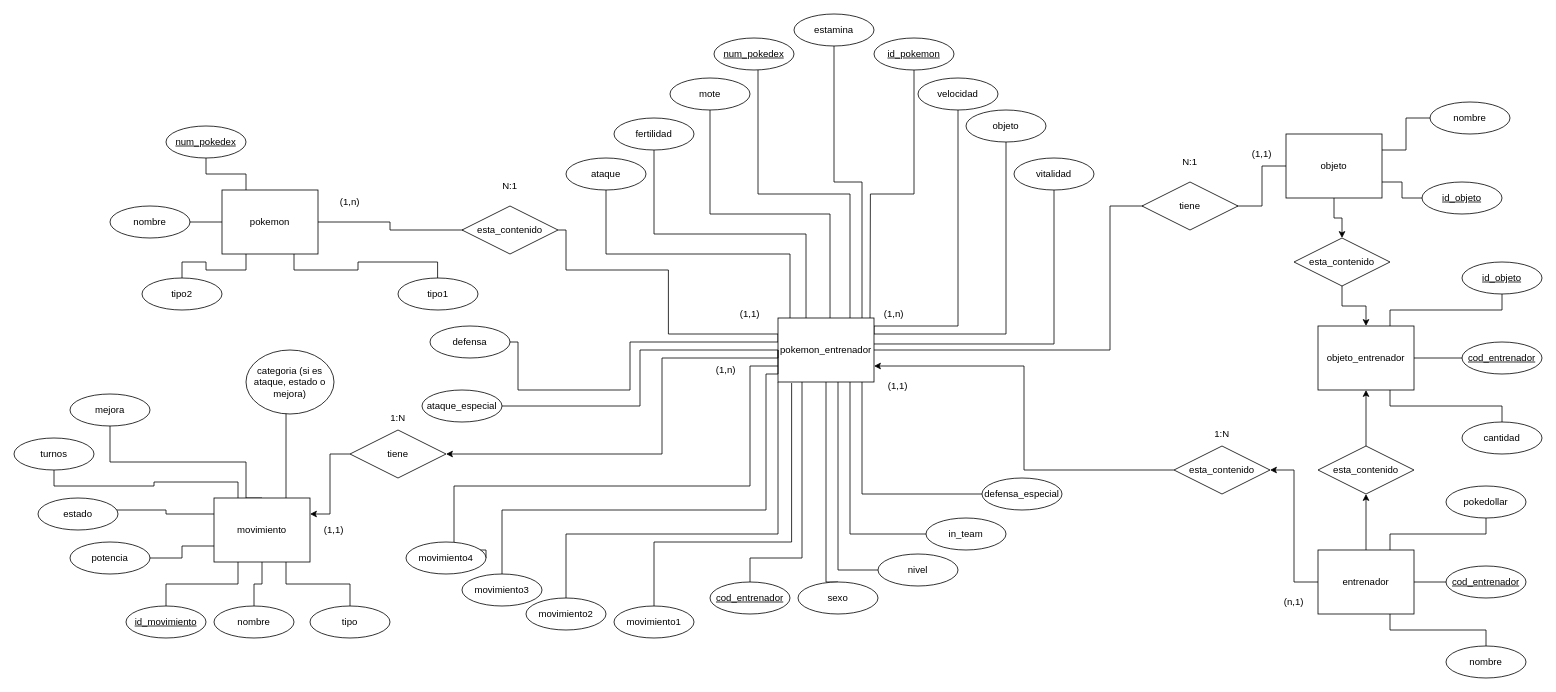
This is bd/Entidad-Relacion-Pokemon.drawio from GabriLoren/Pokemon, a draw.io file, before an edit. Source tidied: cells renumbered, new cells numbered last; positions are measured from the earlier drawing's top-left corner, leaving out a move shared by most shapes. Both pictures are drawn from the tidied source at 80%, with x=0, y=0 at pixel (14, 14).
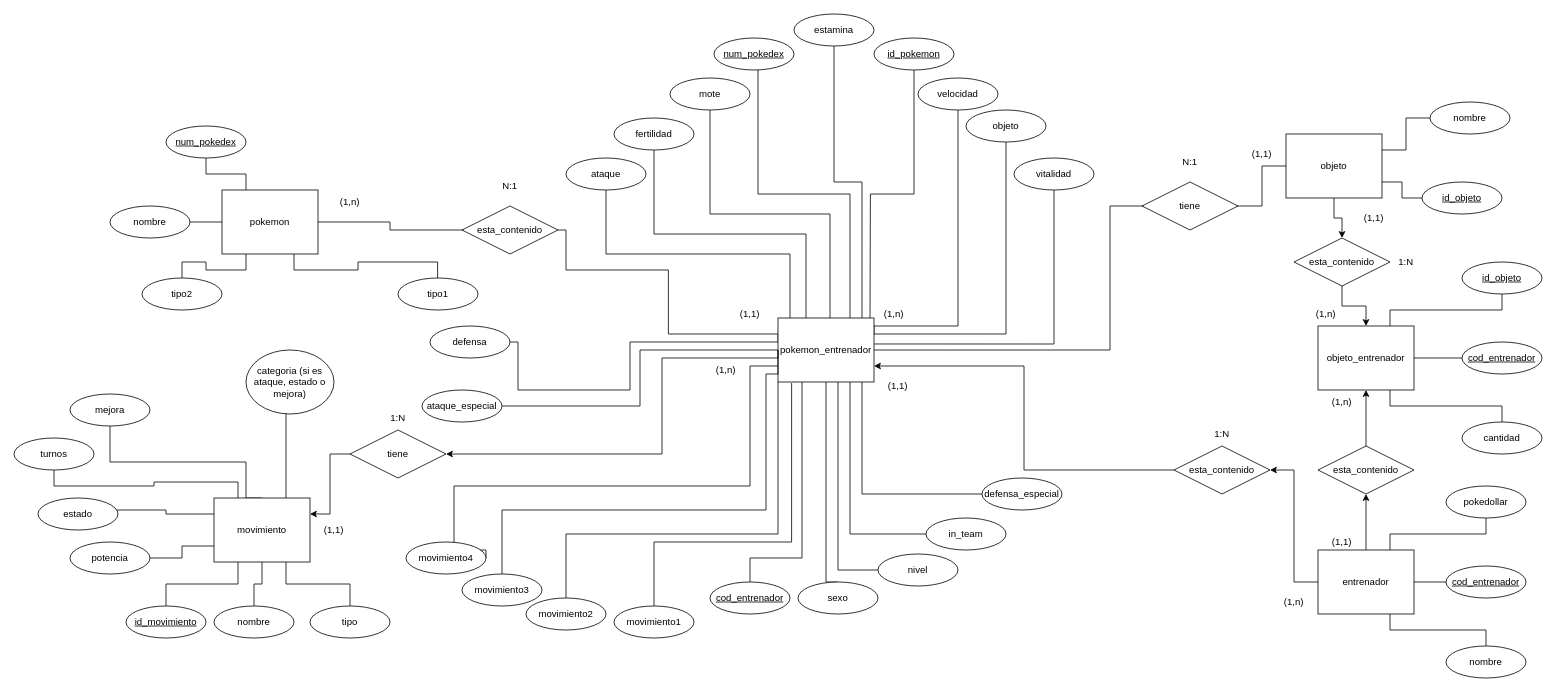
After the change.

Commit message (it also covers changes not shown here):
Captura y diagrama correctos

Diff of the diagram source:
```diff
@@
-    <mxCell id="109" value="(n,1)" style="text;html=1;strokeColor=none;fillColor=none;align=center;verticalAlign=middle;whiteSpace=wrap;rounded=0;" parent="1" vertex="1">
+    <mxCell id="109" value="(1,n)" style="text;html=1;strokeColor=none;fillColor=none;align=center;verticalAlign=middle;whiteSpace=wrap;rounded=0;" parent="1" vertex="1">
       <mxGeometry x="1570" y="720" width="60" height="30" as="geometry" />
     </mxCell>
@@
+    <mxCell id="118" value="(1,1)" style="text;html=1;strokeColor=none;fillColor=none;align=center;verticalAlign=middle;whiteSpace=wrap;rounded=0;" parent="1" vertex="1">
+      <mxGeometry x="1670" y="240" width="60" height="30" as="geometry" />
+    </mxCell>
+    <mxCell id="119" value="(1,n)" style="text;html=1;strokeColor=none;fillColor=none;align=center;verticalAlign=middle;whiteSpace=wrap;rounded=0;" parent="1" vertex="1">
+      <mxGeometry x="1610" y="360" width="60" height="30" as="geometry" />
+    </mxCell>
+    <mxCell id="120" value="1:N" style="text;html=1;strokeColor=none;fillColor=none;align=center;verticalAlign=middle;whiteSpace=wrap;rounded=0;" parent="1" vertex="1">
+      <mxGeometry x="1710" y="295" width="60" height="30" as="geometry" />
+    </mxCell>
+    <mxCell id="121" value="(1,1)" style="text;html=1;strokeColor=none;fillColor=none;align=center;verticalAlign=middle;whiteSpace=wrap;rounded=0;" parent="1" vertex="1">
+      <mxGeometry x="1630" y="645" width="60" height="30" as="geometry" />
+    </mxCell>
+    <mxCell id="122" value="(1,n)" style="text;html=1;strokeColor=none;fillColor=none;align=center;verticalAlign=middle;whiteSpace=wrap;rounded=0;" parent="1" vertex="1">
+      <mxGeometry x="1630" y="470" width="60" height="30" as="geometry" />
+    </mxCell>
```
